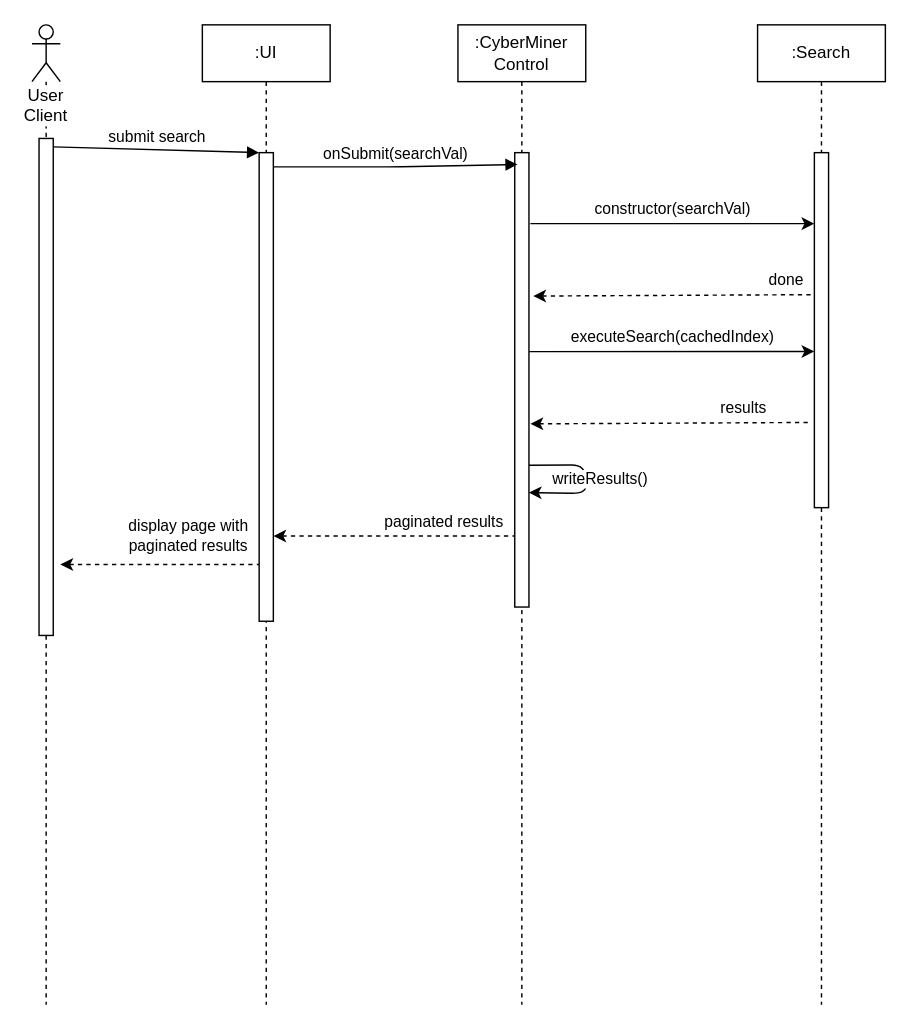
The draw.io diagram To-Do List Builder/cyberminer_sequence_search_results.drawio in kntnguyen94/To-Do-List-Builder, before the edit. Source tidied: cells renumbered, new cells numbered last; positions are measured from the earlier drawing's top-left corner, leaving out a move shared by most shapes. Both pictures are drawn from the tidied source at 142%, with x=0, y=0 at pixel (31, 24).
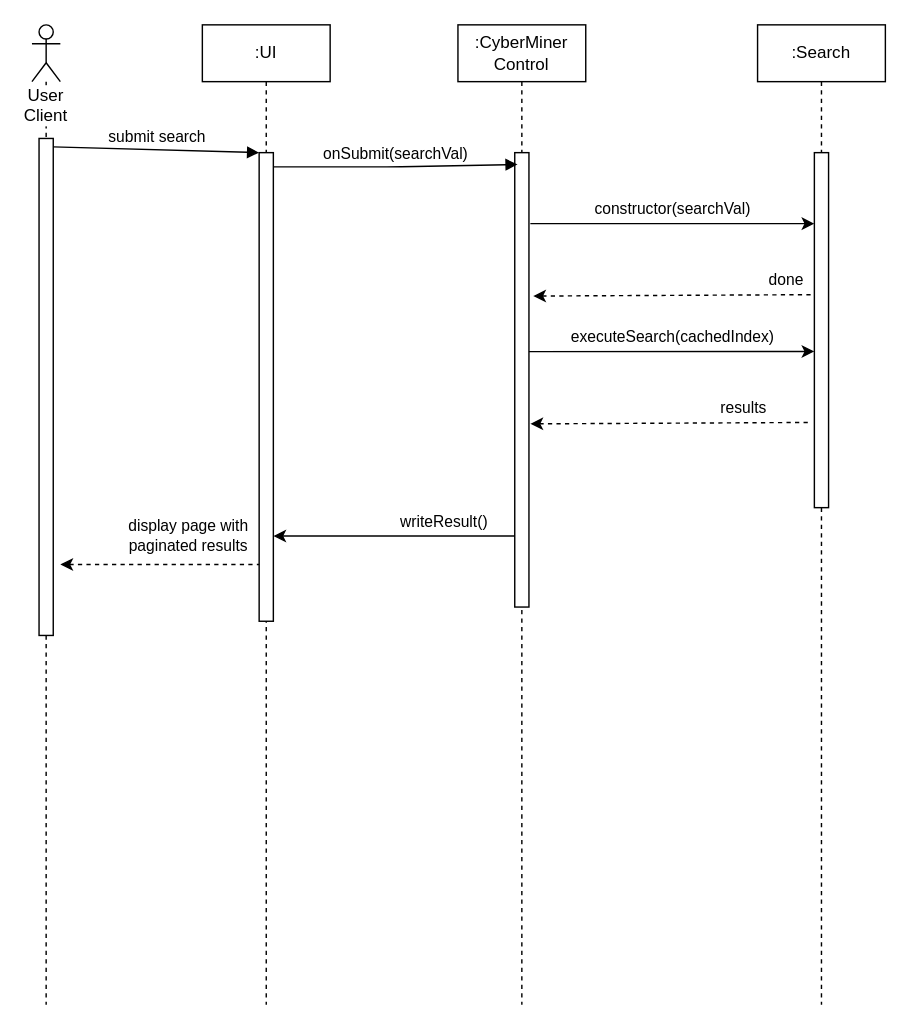
After the change.

Unchanged cells that the change refers to:
```xml
<mxCell id="8" style="html=1;points=[];perimeter=orthogonalPerimeter;" parent="7" vertex="1">
  <mxGeometry x="40" y="90" width="10" height="320" as="geometry" />
</mxCell>
```

Diff of the diagram source:
```diff
@@
-    <mxCell id="16" value="paginated results" style="endArrow=none;dashed=1;html=1;exitX=1.2;exitY=0.297;exitDx=0;exitDy=0;exitPerimeter=0;startArrow=classic;startFill=1;" parent="1" edge="1">
+    <mxCell id="16" value="writeResult()" style="endArrow=none;html=1;exitX=1.2;exitY=0.297;exitDx=0;exitDy=0;exitPerimeter=0;startArrow=classic;startFill=1;" parent="1" edge="1">
       <mxGeometry x="0.41" y="10" relative="1" as="geometry">
         <mxPoint x="170" y="360" as="sourcePoint" />
         <mxPoint x="340" y="360" as="targetPoint" />
       </mxGeometry>
     </mxCell>
@@
-    <mxCell id="18" value="writeResults()" style="endArrow=classic;html=1;exitX=0.9;exitY=0.412;exitDx=0;exitDy=0;exitPerimeter=0;entryX=0.986;entryY=0.748;entryDx=0;entryDy=0;entryPerimeter=0;" parent="1" edge="1" target="8">
-      <mxGeometry y="10" relative="1" as="geometry">
-        <mxPoint x="350" y="310.1" as="sourcePoint" />
-        <Array as="points">
-          <mxPoint x="390" y="310" />
-          <mxPoint x="390" y="330" />
-        </Array>
-      </mxGeometry>
-    </mxCell>
```
